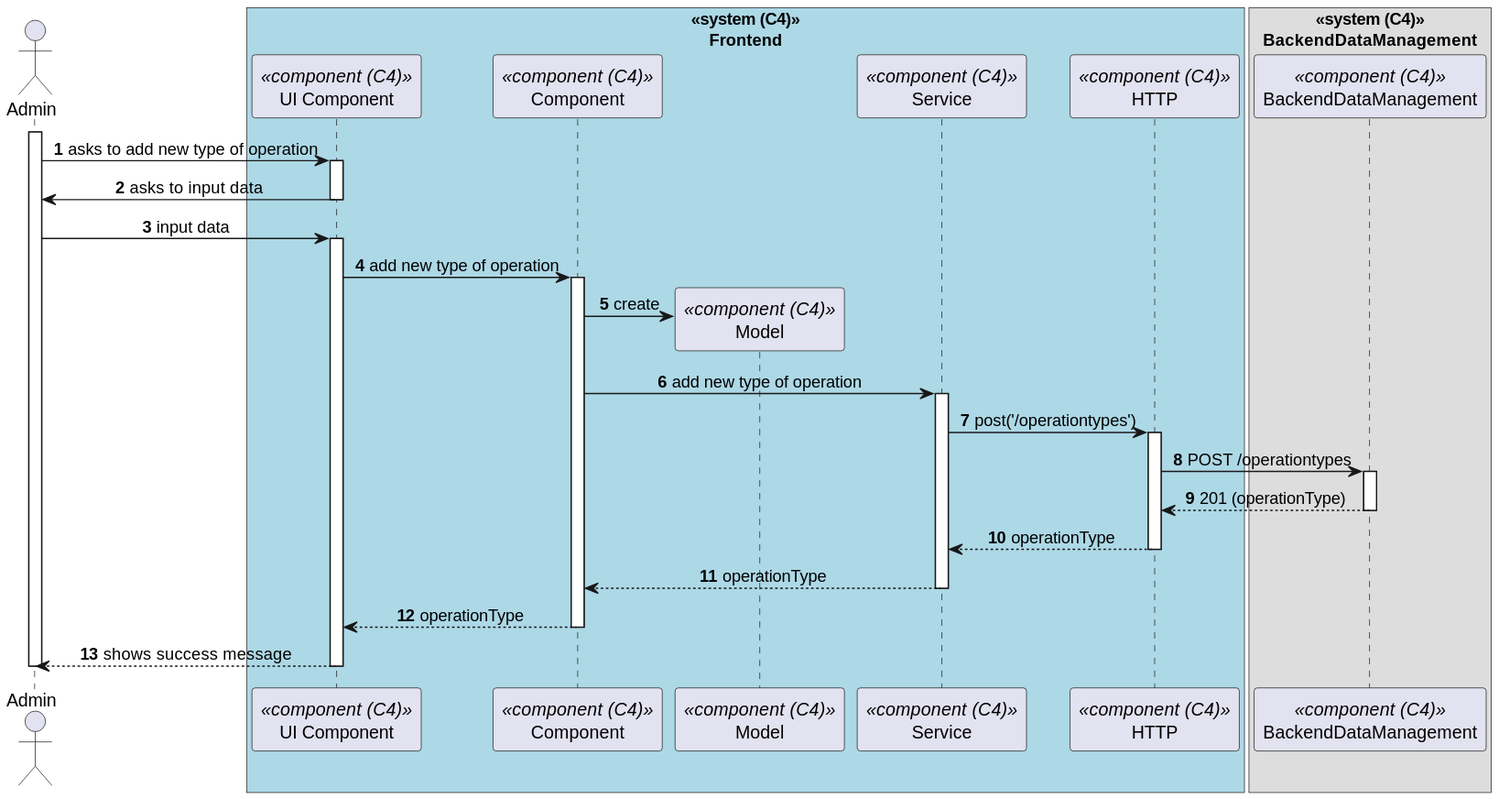
Before: docs/sprint-b/us-6.2.18/views/level3/process-view.svg, a diagram exported from PlantUML (1220846/sem5pi-24-25-3ddg20).
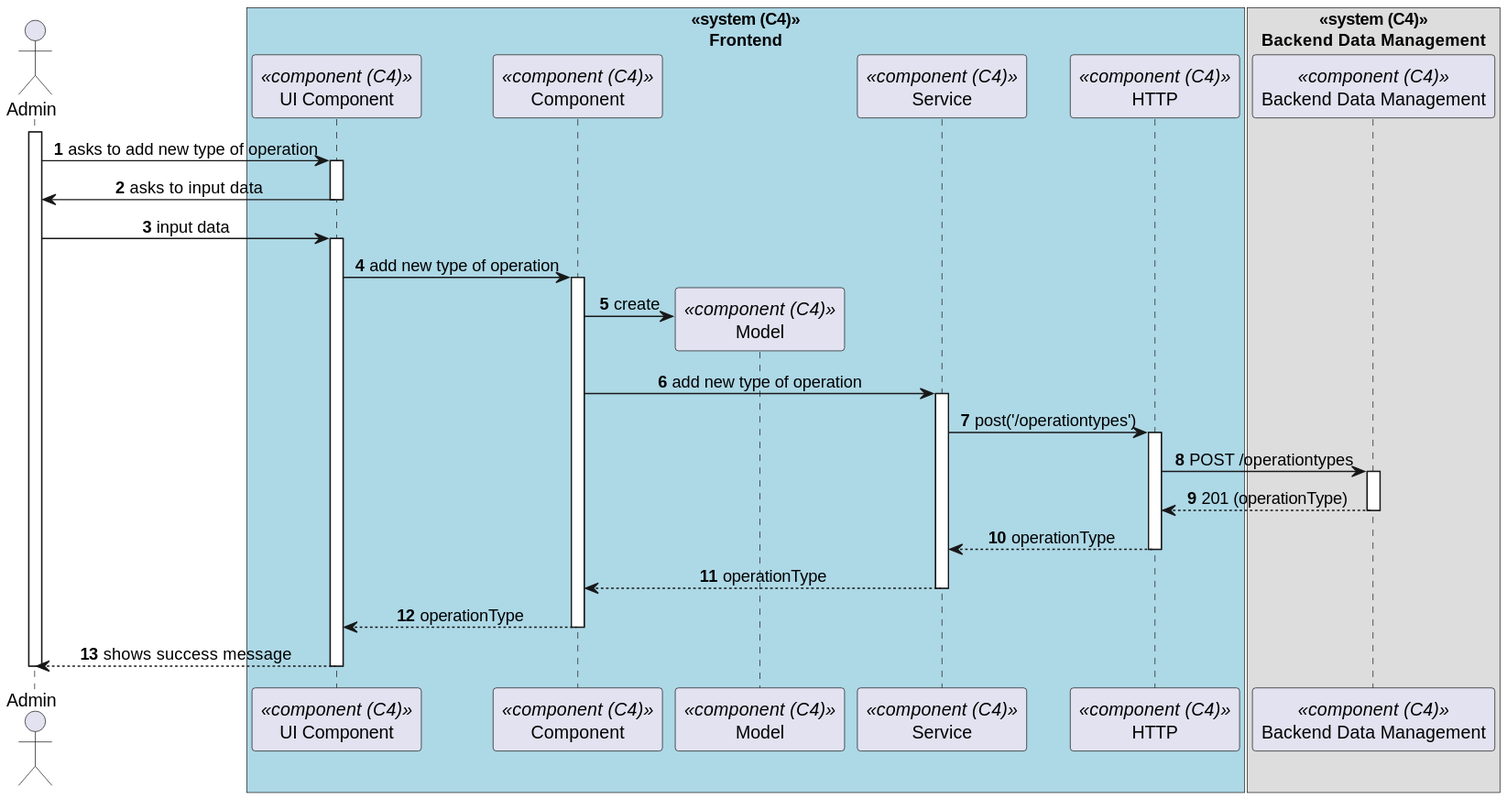
After the commit.

Commit message:
docs: update views level 3 #59

The edit, as a diff of the source:
```diff
@@ -10,8 +10,8 @@
     participant HTTP as "HTTP" <<component (C4)>>
 end box
 
-box "<<system (C4)>>\nBackendDataManagement"
-  participant BackendDataManagement as "BackendDataManagement" <<component (C4)>>
+box "<<system (C4)>>\nBackend Data Management"
+  participant BackendDataManagement as "Backend Data Management" <<component (C4)>>
 end box
 
 activate Admin
```
